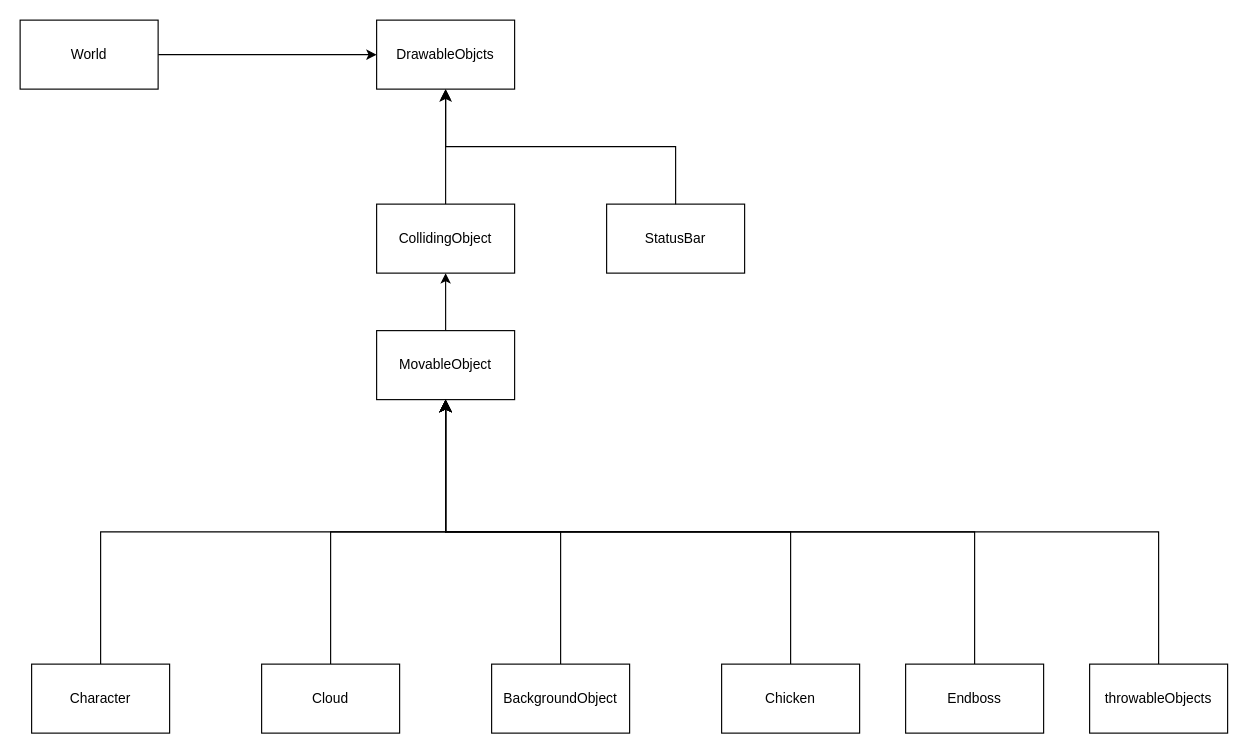
Before: structur.drawio in Philipp-Loetzsch/el_pollo-loco, a draw.io diagram. Source tidied: cells renumbered, new cells numbered last; positions are measured from the earlier drawing's top-left corner, leaving out a move shared by most shapes. Both pictures are drawn from the tidied source at 115%, with x=0, y=0 at pixel (20, 20).
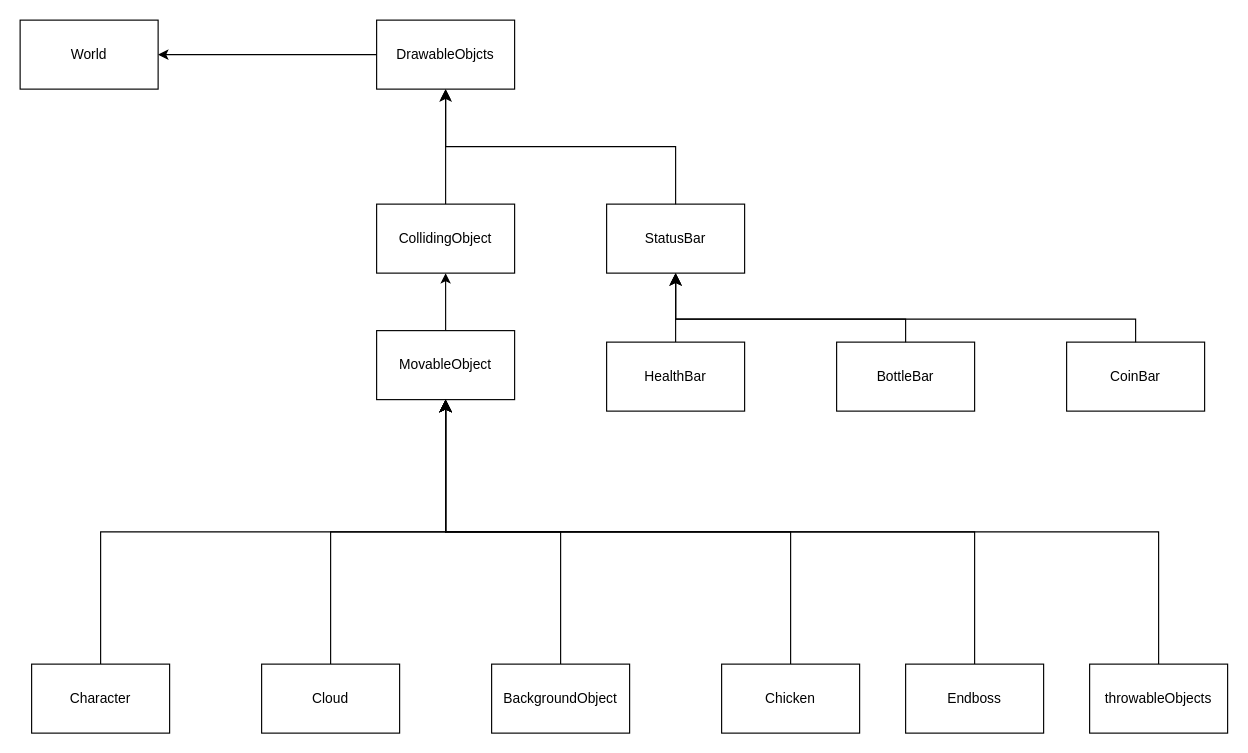
The same page after the edit.

Unchanged cells that the change refers to:
```xml
<mxCell id="3" value="World" style="rounded=0;whiteSpace=wrap;html=1;" parent="1" vertex="1">
  <mxGeometry width="120" height="60" as="geometry" />
</mxCell>
<mxCell id="4" value="DrawableObjcts" style="rounded=0;whiteSpace=wrap;html=1;" parent="1" vertex="1">
  <mxGeometry x="310" width="120" height="60" as="geometry" />
</mxCell>
<mxCell id="9" value="StatusBar" style="rounded=0;whiteSpace=wrap;html=1;" parent="1" vertex="1">
  <mxGeometry x="510" y="160" width="120" height="60" as="geometry" />
</mxCell>
```

Diff of the diagram source:
```diff
@@
-    <mxCell id="2" style="edgeStyle=none;html=1;entryX=0;entryY=0.5;entryDx=0;entryDy=0;" parent="1" edge="1" source="3" target="4">
-      <mxGeometry relative="1" as="geometry" />
-    </mxCell>
@@
+    <mxCell id="23" value="CoinBar" style="rounded=0;whiteSpace=wrap;html=1;" parent="1" vertex="1">
+      <mxGeometry x="910" y="280" width="120" height="60" as="geometry" />
+    </mxCell>
+    <mxCell id="24" value="BottleBar" style="rounded=0;whiteSpace=wrap;html=1;" parent="1" vertex="1">
+      <mxGeometry x="710" y="280" width="120" height="60" as="geometry" />
+    </mxCell>
+    <mxCell id="25" style="edgeStyle=none;html=1;" parent="1" edge="1" source="26" target="9">
+      <mxGeometry relative="1" as="geometry" />
+    </mxCell>
+    <mxCell id="26" value="HealthBar" style="rounded=0;whiteSpace=wrap;html=1;" parent="1" vertex="1">
+      <mxGeometry x="510" y="280" width="120" height="60" as="geometry" />
+    </mxCell>
+    <mxCell id="27" style="edgeStyle=elbowEdgeStyle;elbow=vertical;endArrow=classic;html=1;curved=0;rounded=0;endSize=8;startSize=8;exitX=0.5;exitY=0;exitDx=0;exitDy=0;entryX=0.5;entryY=1;entryDx=0;entryDy=0;" parent="1" edge="1" source="24" target="9">
+      <mxGeometry relative="1" as="geometry">
+        <Array as="points">
+          <mxPoint x="710" y="260" />
+        </Array>
+      </mxGeometry>
+    </mxCell>
+    <mxCell id="28" style="edgeStyle=elbowEdgeStyle;elbow=vertical;endArrow=classic;html=1;curved=0;rounded=0;endSize=8;startSize=8;exitX=0.5;exitY=0;exitDx=0;exitDy=0;entryX=0.5;entryY=1;entryDx=0;entryDy=0;" parent="1" edge="1" source="23" target="9">
+      <mxGeometry relative="1" as="geometry">
+        <Array as="points">
+          <mxPoint x="800" y="260" />
+        </Array>
+      </mxGeometry>
+    </mxCell>
+    <mxCell id="29" style="endArrow=classic;html=1;entryX=1;entryY=0.5;entryDx=0;entryDy=0;exitX=0;exitY=0.5;exitDx=0;exitDy=0;" parent="1" edge="1" source="4" target="3">
+      <mxGeometry relative="1" as="geometry" />
+    </mxCell>
```
